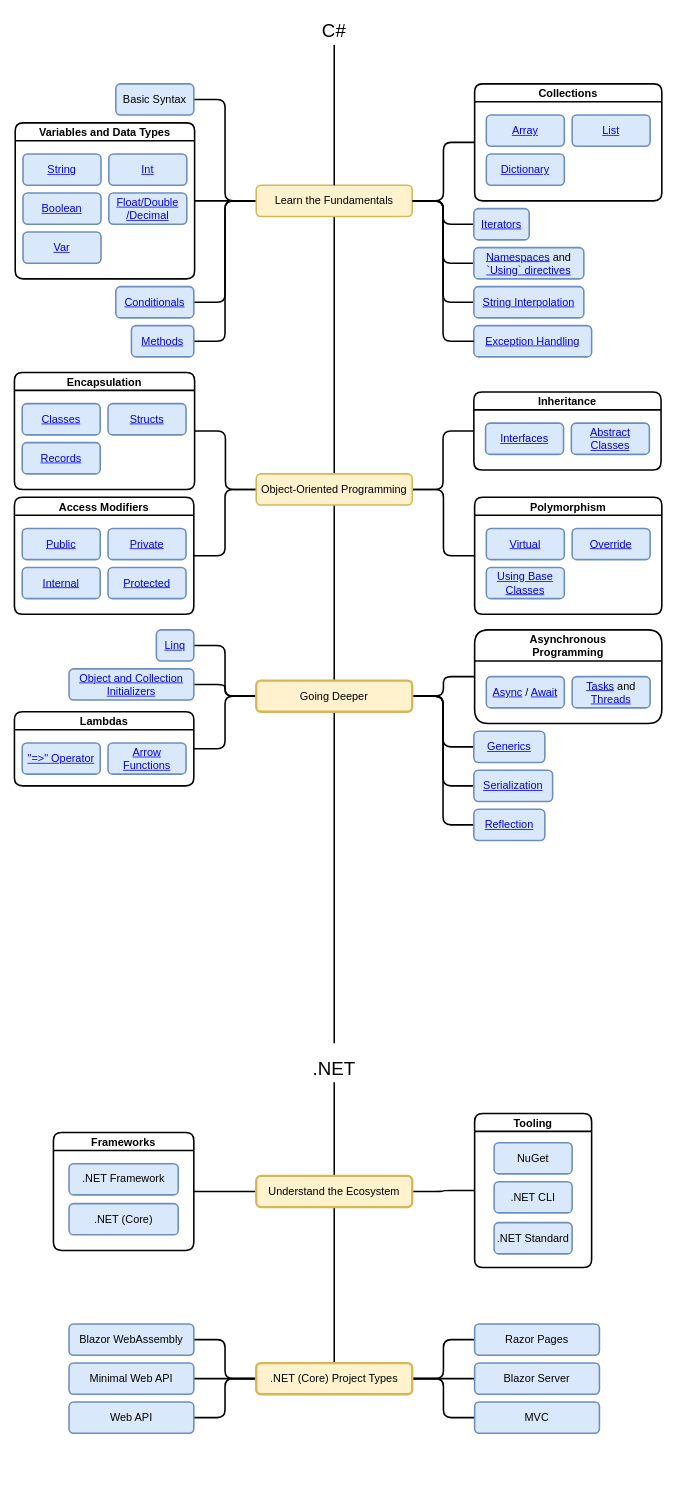
This is dotnet-developer-roadmap.drawio from gridlocdev/csharp-learning-roadmap, a draw.io file, before an edit. Source tidied: cells renumbered, new cells numbered last; positions are measured from the earlier drawing's top-left corner, leaving out a move shared by most shapes. Both pictures are drawn from the tidied source at 78%, with x=0, y=0 at pixel (14, 13).
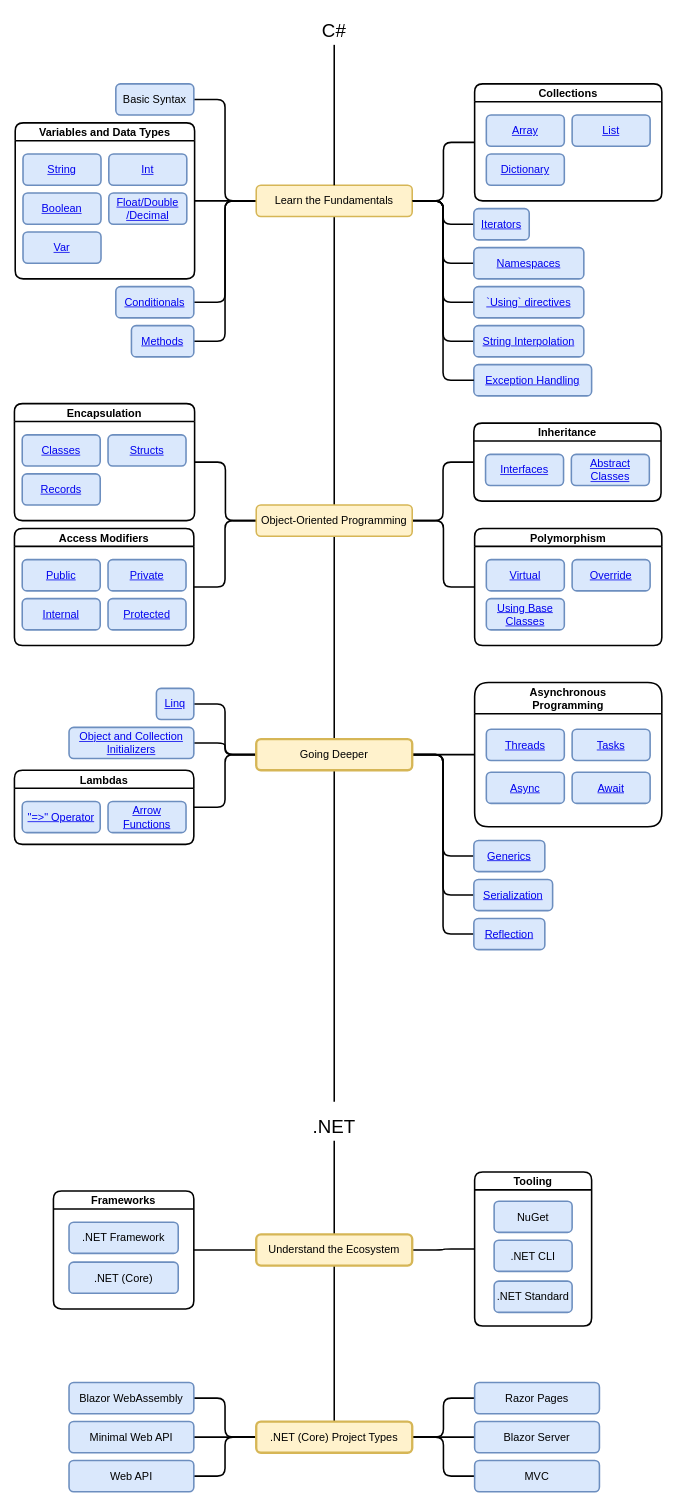
After the change.

The change refers to these unchanged cells:
```xml
<mxCell id="11" value="&lt;font style=&quot;font-size: 14px;&quot;&gt;Learn the Fundamentals&lt;/font&gt;" style="rounded=1;whiteSpace=wrap;html=1;fillColor=#fff2cc;strokeColor=#d6b656;strokeWidth=2;fontSize=14;" parent="1" vertex="1">
  <mxGeometry x="310" y="220" width="200" height="40" as="geometry" />
</mxCell>
```

The edit, as a diff of the source:
```diff
@@
+    <mxCell id="100" style="edgeStyle=orthogonalEdgeStyle;rounded=1;jettySize=auto;html=1;exitX=1;exitY=0.5;exitDx=0;exitDy=0;entryX=0;entryY=0.5;entryDx=0;entryDy=0;endArrow=none;endFill=0;strokeWidth=2;" parent="1" edge="1" source="11" target="103">
+      <mxGeometry relative="1" as="geometry" />
+    </mxCell>
@@
-    <mxCell id="17" value="&lt;a href=&quot;https://docs.microsoft.com/en-us/dotnet/csharp/fundamentals/types/namespaces&quot;&gt;Namespaces&lt;/a&gt; and &lt;a href=&quot;https://docs.microsoft.com/en-us/dotnet/csharp/language-reference/keywords/using-directive&quot;&gt;`Using` directives&lt;/a&gt;" style="rounded=1;whiteSpace=wrap;html=1;fillColor=#dae8fc;strokeColor=#6c8ebf;strokeWidth=2;fontSize=14;" parent="1" vertex="1">
+    <mxCell id="17" value="&lt;a href=&quot;https://docs.microsoft.com/en-us/dotnet/csharp/fundamentals/types/namespaces&quot;&gt;Namespaces&lt;/a&gt;" style="rounded=1;whiteSpace=wrap;html=1;fillColor=#dae8fc;strokeColor=#6c8ebf;strokeWidth=2;fontSize=14;" parent="1" vertex="1">
       <mxGeometry x="589" y="300" width="141" height="40" as="geometry" />
     </mxCell>
@@
     <mxCell id="19" value="&lt;div style=&quot;font-size: 14px&quot;&gt;&lt;a href=&quot;https://docs.microsoft.com/en-us/dotnet/csharp/language-reference/tokens/interpolated&quot;&gt;String Interpolation&lt;br style=&quot;font-size: 14px&quot;&gt;&lt;/a&gt;&lt;/div&gt;" style="rounded=1;whiteSpace=wrap;html=1;fillColor=#dae8fc;strokeColor=#6c8ebf;strokeWidth=2;fontSize=14;" parent="1" vertex="1">
-      <mxGeometry x="589" y="350" width="141" height="40" as="geometry" />
+      <mxGeometry x="589" y="400" width="141" height="40" as="geometry" />
     </mxCell>
     <mxCell id="20" value="&lt;div style=&quot;font-size: 14px&quot;&gt;&lt;a href=&quot;https://docs.microsoft.com/en-us/dotnet/csharp/fundamentals/exceptions/exception-handling&quot;&gt;Exception Handling&lt;/a&gt;&lt;br style=&quot;font-size: 14px&quot;&gt;&lt;/div&gt;" style="rounded=1;whiteSpace=wrap;html=1;fillColor=#dae8fc;strokeColor=#6c8ebf;strokeWidth=2;fontSize=14;" parent="1" vertex="1">
-      <mxGeometry x="589" y="400" width="151" height="40" as="geometry" />
+      <mxGeometry x="589" y="450" width="151" height="40" as="geometry" />
     </mxCell>
@@
     <mxCell id="27" value="&lt;div style=&quot;font-size: 14px&quot;&gt;&lt;font style=&quot;font-size: 14px&quot;&gt;Object-Oriented Programming&lt;/font&gt;&lt;/div&gt;" style="rounded=1;whiteSpace=wrap;html=1;fillColor=#fff2cc;strokeColor=#d6b656;strokeWidth=2;" parent="1" vertex="1">
-      <mxGeometry x="310" y="590" width="200" height="40" as="geometry" />
+      <mxGeometry x="310" y="630" width="200" height="40" as="geometry" />
     </mxCell>
     <mxCell id="28" value="Encapsulation" style="swimlane;rounded=1;fontSize=14;strokeWidth=2;" parent="1" vertex="1">
-      <mxGeometry y="460" width="231" height="150" as="geometry" />
+      <mxGeometry y="500" width="231" height="150" as="geometry" />
     </mxCell>
@@
     <mxCell id="32" value="Inheritance" style="swimlane;rounded=1;fontSize=14;strokeWidth=2;" parent="1" vertex="1">
-      <mxGeometry x="589" y="485" width="240" height="100" as="geometry" />
+      <mxGeometry x="589" y="525" width="240" height="100" as="geometry" />
     </mxCell>
@@
     <mxCell id="35" value="Polymorphism" style="swimlane;rounded=1;fontSize=14;strokeWidth=2;" parent="1" vertex="1">
-      <mxGeometry x="590" y="620" width="240" height="150" as="geometry" />
+      <mxGeometry x="590" y="660" width="240" height="150" as="geometry" />
     </mxCell>
@@
     <mxCell id="43" style="edgeStyle=orthogonalEdgeStyle;rounded=1;jettySize=auto;html=1;exitX=0.5;exitY=1;exitDx=0;exitDy=0;entryX=0.5;entryY=0;entryDx=0;entryDy=0;fontSize=14;endArrow=none;endFill=0;strokeWidth=2;" parent="1" edge="1" source="47">
       <mxGeometry relative="1" as="geometry">
-        <mxPoint x="410" y="1320" as="targetPoint" />
+        <mxPoint x="410" y="1395" as="targetPoint" />
       </mxGeometry>
     </mxCell>
@@
     <mxCell id="47" value="&lt;font style=&quot;font-size: 14px&quot;&gt;Going Deeper&lt;/font&gt;" style="rounded=1;whiteSpace=wrap;html=1;fillColor=#fff2cc;strokeColor=#d6b656;strokeWidth=3;" parent="1" vertex="1">
-      <mxGeometry x="310" y="855" width="200" height="40" as="geometry" />
+      <mxGeometry x="310" y="930" width="200" height="40" as="geometry" />
     </mxCell>
     <mxCell id="48" value="&lt;a href=&quot;https://docs.microsoft.com/en-us/dotnet/csharp/linq/&quot;&gt;Linq&lt;/a&gt;" style="rounded=1;whiteSpace=wrap;html=1;fillColor=#dae8fc;strokeColor=#6c8ebf;strokeWidth=2;fontSize=14;" parent="1" vertex="1">
-      <mxGeometry x="182" y="790" width="48" height="40" as="geometry" />
+      <mxGeometry x="182" y="865" width="48" height="40" as="geometry" />
     </mxCell>
     <mxCell id="49" value="&lt;a href=&quot;https://docs.microsoft.com/en-us/dotnet/csharp/programming-guide/classes-and-structs/object-and-collection-initializers&quot;&gt;Object and Collection Initializers&lt;/a&gt;" style="rounded=1;whiteSpace=wrap;html=1;fillColor=#dae8fc;strokeColor=#6c8ebf;strokeWidth=2;fontSize=14;" parent="1" vertex="1">
-      <mxGeometry x="70" y="840" width="160" height="40" as="geometry" />
+      <mxGeometry x="70" y="915" width="160" height="40" as="geometry" />
     </mxCell>
     <mxCell id="50" value="Lambdas" style="swimlane;rounded=1;fontSize=14;strokeWidth=2;" parent="1" vertex="1">
-      <mxGeometry y="895" width="230" height="95" as="geometry" />
+      <mxGeometry y="970" width="230" height="95" as="geometry" />
     </mxCell>
@@
     <mxCell id="53" value="Asynchronous &#10;Programming" style="swimlane;rounded=1;fontSize=14;strokeWidth=2;startSize=40;" parent="1" vertex="1">
-      <mxGeometry x="590" y="790" width="240" height="120" as="geometry" />
+      <mxGeometry x="590" y="857.5" width="240" height="185" as="geometry" />
     </mxCell>
-    <mxCell id="54" value="&lt;a href=&quot;https://docs.microsoft.com/en-us/dotnet/csharp/programming-guide/concepts/async/&quot;&gt;Tasks&lt;/a&gt; and &lt;a href=&quot;https://docs.microsoft.com/en-us/dotnet/standard/threading/using-threads-and-threading&quot;&gt;Threads&lt;/a&gt;" style="rounded=1;whiteSpace=wrap;html=1;fillColor=#dae8fc;strokeColor=#6c8ebf;strokeWidth=2;fontSize=14;" parent="53" vertex="1">
+    <mxCell id="54" value="&lt;a href=&quot;https://docs.microsoft.com/en-us/dotnet/csharp/programming-guide/concepts/async/&quot;&gt;Tasks&lt;/a&gt;" style="rounded=1;whiteSpace=wrap;html=1;fillColor=#dae8fc;strokeColor=#6c8ebf;strokeWidth=2;fontSize=14;" parent="53" vertex="1">
       <mxGeometry x="125" y="60" width="100" height="40" as="geometry" />
     </mxCell>
-    <mxCell id="55" value="&lt;a href=&quot;https://docs.microsoft.com/en-us/dotnet/csharp/language-reference/keywords/async&quot;&gt;Async&lt;/a&gt; / &lt;a href=&quot;https://docs.microsoft.com/en-us/dotnet/csharp/language-reference/operators/await&quot;&gt;Await&lt;/a&gt;" style="rounded=1;whiteSpace=wrap;html=1;fillColor=#dae8fc;strokeColor=#6c8ebf;strokeWidth=2;fontSize=14;" parent="53" vertex="1">
-      <mxGeometry x="15" y="60" width="100" height="40" as="geometry" />
+    <mxCell id="55" value="&lt;a href=&quot;https://docs.microsoft.com/en-us/dotnet/csharp/language-reference/keywords/async&quot;&gt;Async&lt;/a&gt;&lt;a href=&quot;https://docs.microsoft.com/en-us/dotnet/csharp/language-reference/operators/await&quot;&gt;&lt;/a&gt;" style="rounded=1;whiteSpace=wrap;html=1;fillColor=#dae8fc;strokeColor=#6c8ebf;strokeWidth=2;fontSize=14;" parent="53" vertex="1">
+      <mxGeometry x="15" y="115" width="100" height="40" as="geometry" />
     </mxCell>
+    <mxCell id="101" value="&lt;a href=&quot;https://docs.microsoft.com/en-us/dotnet/csharp/language-reference/operators/await&quot;&gt;Await&lt;/a&gt;" style="rounded=1;whiteSpace=wrap;html=1;fillColor=#dae8fc;strokeColor=#6c8ebf;strokeWidth=2;fontSize=14;" parent="53" vertex="1">
+      <mxGeometry x="125" y="115" width="100" height="40" as="geometry" />
+    </mxCell>
+    <mxCell id="102" value="&lt;a href=&quot;https://docs.microsoft.com/en-us/dotnet/standard/threading/using-threads-and-threading&quot;&gt;Threads&lt;/a&gt;" style="rounded=1;whiteSpace=wrap;html=1;fillColor=#dae8fc;strokeColor=#6c8ebf;strokeWidth=2;fontSize=14;" parent="53" vertex="1">
+      <mxGeometry x="15" y="60" width="100" height="40" as="geometry" />
+    </mxCell>
     <mxCell id="56" value="&lt;a href=&quot;https://docs.microsoft.com/en-us/dotnet/csharp/programming-guide/concepts/serialization/&quot;&gt;Serialization&lt;/a&gt;" style="rounded=1;whiteSpace=wrap;html=1;fillColor=#dae8fc;strokeColor=#6c8ebf;strokeWidth=2;fontSize=14;" parent="1" vertex="1">
-      <mxGeometry x="589" y="970" width="101" height="40" as="geometry" />
+      <mxGeometry x="589" y="1110" width="101" height="40" as="geometry" />
     </mxCell>
     <mxCell id="57" value="&lt;a href=&quot;https://docs.microsoft.com/en-us/dotnet/csharp/programming-guide/concepts/reflection&quot;&gt;Reflection&lt;/a&gt;" style="rounded=1;whiteSpace=wrap;html=1;fillColor=#dae8fc;strokeColor=#6c8ebf;strokeWidth=2;fontSize=14;" parent="1" vertex="1">
-      <mxGeometry x="589" y="1020" width="91" height="40" as="geometry" />
+      <mxGeometry x="589" y="1160" width="91" height="40" as="geometry" />
     </mxCell>
@@
     <mxCell id="59" value="&lt;div&gt;.NET&lt;/div&gt;" style="text;html=1;strokeColor=none;fillColor=none;align=center;verticalAlign=bottom;whiteSpace=wrap;rounded=0;fontSize=24;" parent="1" vertex="1">
-      <mxGeometry x="380" y="1330" width="60" height="40" as="geometry" />
+      <mxGeometry x="380" y="1405" width="60" height="40" as="geometry" />
     </mxCell>
@@
     <mxCell id="63" value="Understand the Ecosystem" style="rounded=1;whiteSpace=wrap;html=1;fillColor=#fff2cc;strokeColor=#d6b656;strokeWidth=3;fontSize=14;" parent="1" vertex="1">
-      <mxGeometry x="310" y="1490" width="200" height="40" as="geometry" />
+      <mxGeometry x="310" y="1565" width="200" height="40" as="geometry" />
     </mxCell>
     <mxCell id="64" value="Frameworks" style="swimlane;rounded=1;fontSize=14;strokeWidth=2;" parent="1" vertex="1">
-      <mxGeometry x="50" y="1434.4" width="180" height="151.2" as="geometry" />
+      <mxGeometry x="50" y="1509.4" width="180" height="151.2" as="geometry" />
     </mxCell>
@@
     <mxCell id="67" value="Tooling" style="swimlane;rounded=1;fontSize=14;strokeWidth=2;" parent="1" vertex="1">
-      <mxGeometry x="590" y="1410" width="150" height="197.5" as="geometry" />
+      <mxGeometry x="590" y="1485" width="150" height="197.5" as="geometry" />
     </mxCell>
@@
     <mxCell id="77" value=".NET (Core) Project Types" style="rounded=1;whiteSpace=wrap;html=1;fillColor=#fff2cc;strokeColor=#d6b656;strokeWidth=3;fontSize=14;" parent="1" vertex="1">
-      <mxGeometry x="310" y="1730" width="200" height="40" as="geometry" />
+      <mxGeometry x="310" y="1805" width="200" height="40" as="geometry" />
     </mxCell>
     <mxCell id="78" value="Blazor WebAssembly" style="rounded=1;whiteSpace=wrap;html=1;fillColor=#dae8fc;strokeColor=#6c8ebf;strokeWidth=2;fontSize=14;" parent="1" vertex="1">
-      <mxGeometry x="70" y="1680" width="160" height="40" as="geometry" />
+      <mxGeometry x="70" y="1755" width="160" height="40" as="geometry" />
     </mxCell>
     <mxCell id="79" value="Minimal Web API" style="rounded=1;whiteSpace=wrap;html=1;fillColor=#dae8fc;strokeColor=#6c8ebf;strokeWidth=2;fontSize=14;verticalAlign=middle;" parent="1" vertex="1">
-      <mxGeometry x="70" y="1730" width="160" height="40" as="geometry" />
+      <mxGeometry x="70" y="1805" width="160" height="40" as="geometry" />
     </mxCell>
     <mxCell id="80" value="Web API" style="rounded=1;whiteSpace=wrap;html=1;fillColor=#dae8fc;strokeColor=#6c8ebf;strokeWidth=2;fontSize=14;verticalAlign=middle;" parent="1" vertex="1">
-      <mxGeometry x="70" y="1780" width="160" height="40" as="geometry" />
+      <mxGeometry x="70" y="1855" width="160" height="40" as="geometry" />
     </mxCell>
     <mxCell id="81" value="Razor Pages" style="rounded=1;whiteSpace=wrap;html=1;fillColor=#dae8fc;strokeColor=#6c8ebf;strokeWidth=2;fontSize=14;verticalAlign=middle;" parent="1" vertex="1">
-      <mxGeometry x="590" y="1680" width="160" height="40" as="geometry" />
+      <mxGeometry x="590" y="1755" width="160" height="40" as="geometry" />
     </mxCell>
     <mxCell id="82" value="Blazor Server" style="rounded=1;whiteSpace=wrap;html=1;fillColor=#dae8fc;strokeColor=#6c8ebf;strokeWidth=2;fontSize=14;verticalAlign=middle;" parent="1" vertex="1">
-      <mxGeometry x="590" y="1730" width="160" height="40" as="geometry" />
+      <mxGeometry x="590" y="1805" width="160" height="40" as="geometry" />
     </mxCell>
     <mxCell id="83" value="MVC" style="rounded=1;whiteSpace=wrap;html=1;fillColor=#dae8fc;strokeColor=#6c8ebf;strokeWidth=2;fontSize=14;verticalAlign=middle;" parent="1" vertex="1">
-      <mxGeometry x="590" y="1780" width="160" height="40" as="geometry" />
+      <mxGeometry x="590" y="1855" width="160" height="40" as="geometry" />
     </mxCell>
     <mxCell id="84" value="&lt;a href=&quot;https://docs.microsoft.com/en-us/dotnet/csharp/fundamentals/types/generics&quot;&gt;Generics&lt;/a&gt;" style="rounded=1;whiteSpace=wrap;html=1;fillColor=#dae8fc;strokeColor=#6c8ebf;strokeWidth=2;fontSize=14;" parent="1" vertex="1">
-      <mxGeometry x="589" y="920" width="91" height="40" as="geometry" />
+      <mxGeometry x="589" y="1060" width="91" height="40" as="geometry" />
     </mxCell>
     <mxCell id="85" value="Access Modifiers" style="swimlane;rounded=1;fontSize=14;strokeWidth=2;" parent="1" vertex="1">
-      <mxGeometry y="620" width="230" height="150" as="geometry" />
+      <mxGeometry y="660" width="230" height="150" as="geometry" />
     </mxCell>
@@
+    <mxCell id="103" value="&lt;a href=&quot;https://docs.microsoft.com/en-us/dotnet/csharp/language-reference/keywords/using-directive&quot;&gt;`Using` directives&lt;/a&gt;" style="rounded=1;whiteSpace=wrap;html=1;fillColor=#dae8fc;strokeColor=#6c8ebf;strokeWidth=2;fontSize=14;" parent="1" vertex="1">
+      <mxGeometry x="589" y="350" width="141" height="40" as="geometry" />
+    </mxCell>
```
